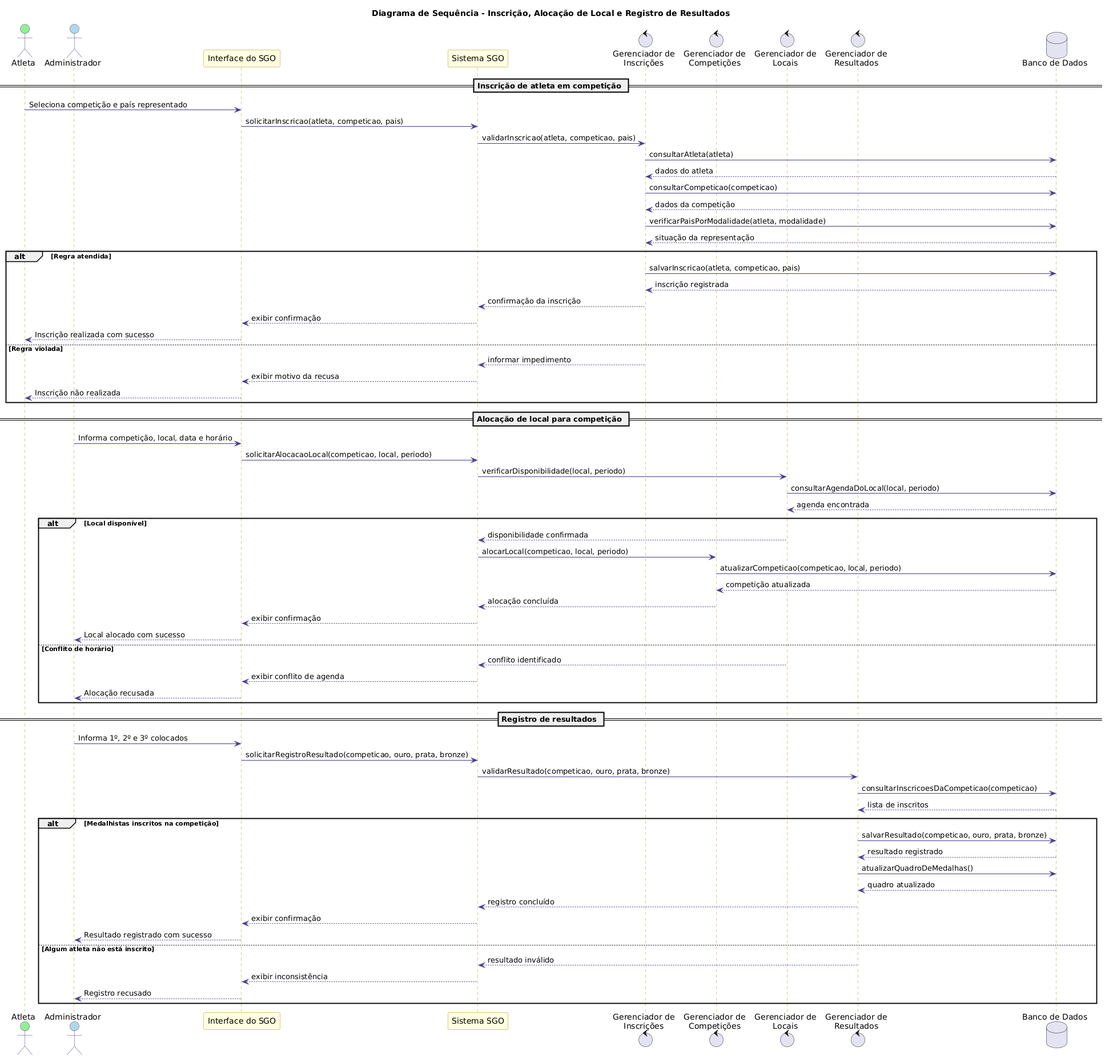
This is imagens/diagrama-de-sequencia.png from mateusferrao/Trabalho---SGO---10-pts, a PlantUML export, as it was before one commit.
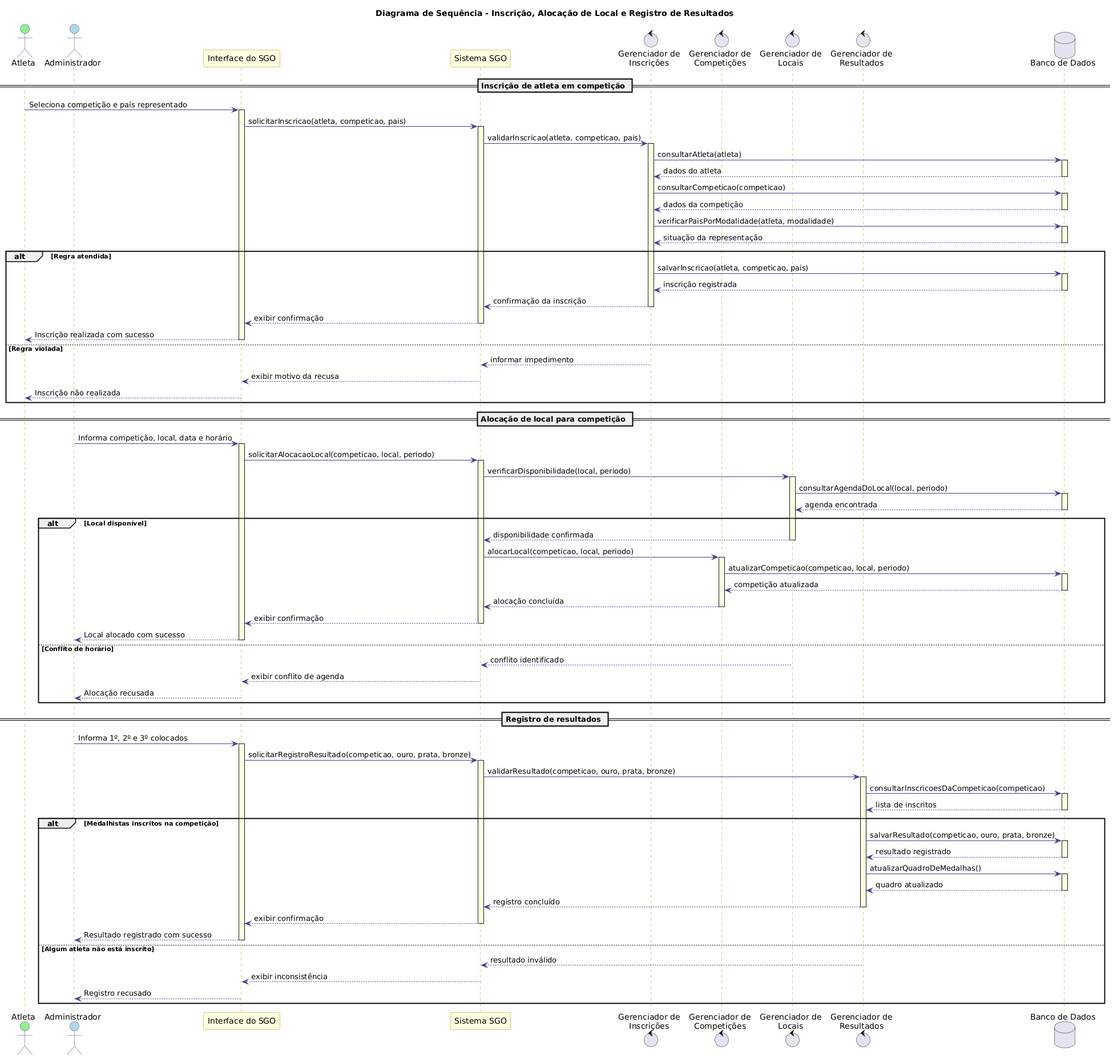
Later version of the same file.

Commit message:
msg time

What changed in the source:
```diff
@@ -11,6 +11,8 @@
   BoxBackgroundColor HoneyDew
   BoxBorderColor DarkSeaGreen
 }
+
+autoactivate on
 
 actor "Atleta" as Atleta #LightGreen
 actor "Administrador" as Admin #LightBlue
```
